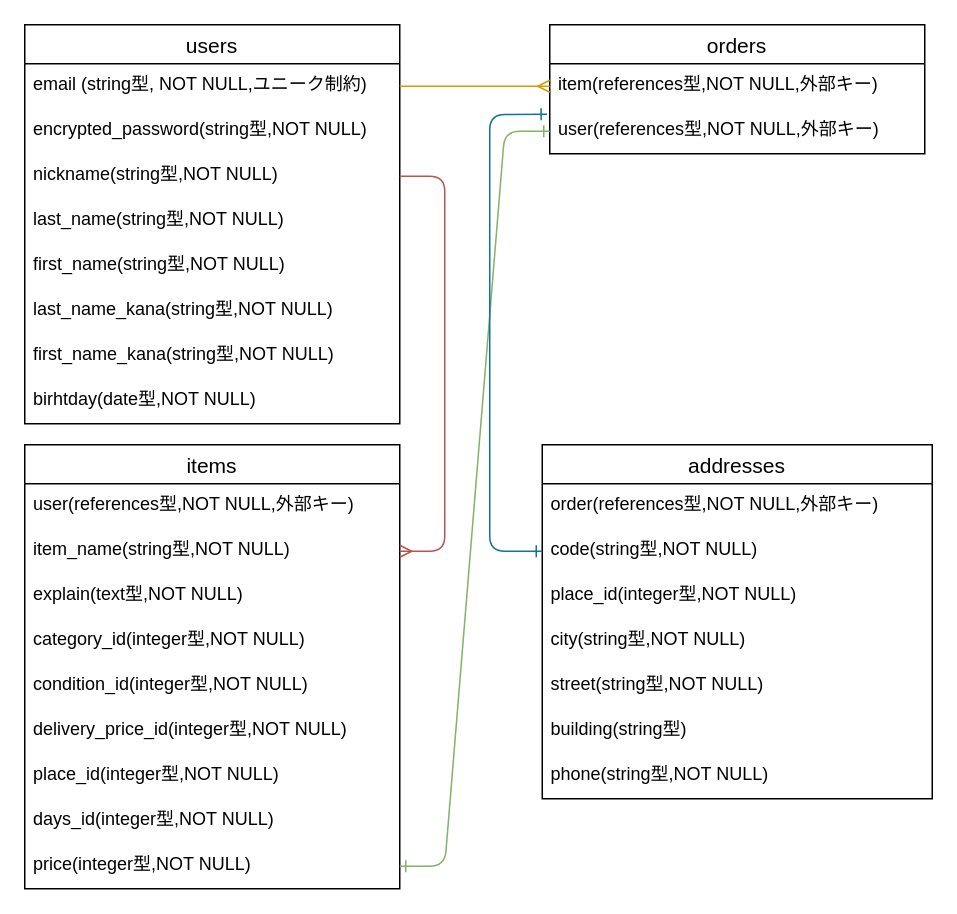
Earlier version of the draw.io diagram furima.dio (ryusi11/furima-39611). Source tidied: cells renumbered, new cells numbered last; positions are measured from the earlier drawing's top-left corner, leaving out a move shared by most shapes. Both pictures are drawn from the tidied source at 150%, with x=0, y=0 at pixel (24, 24).
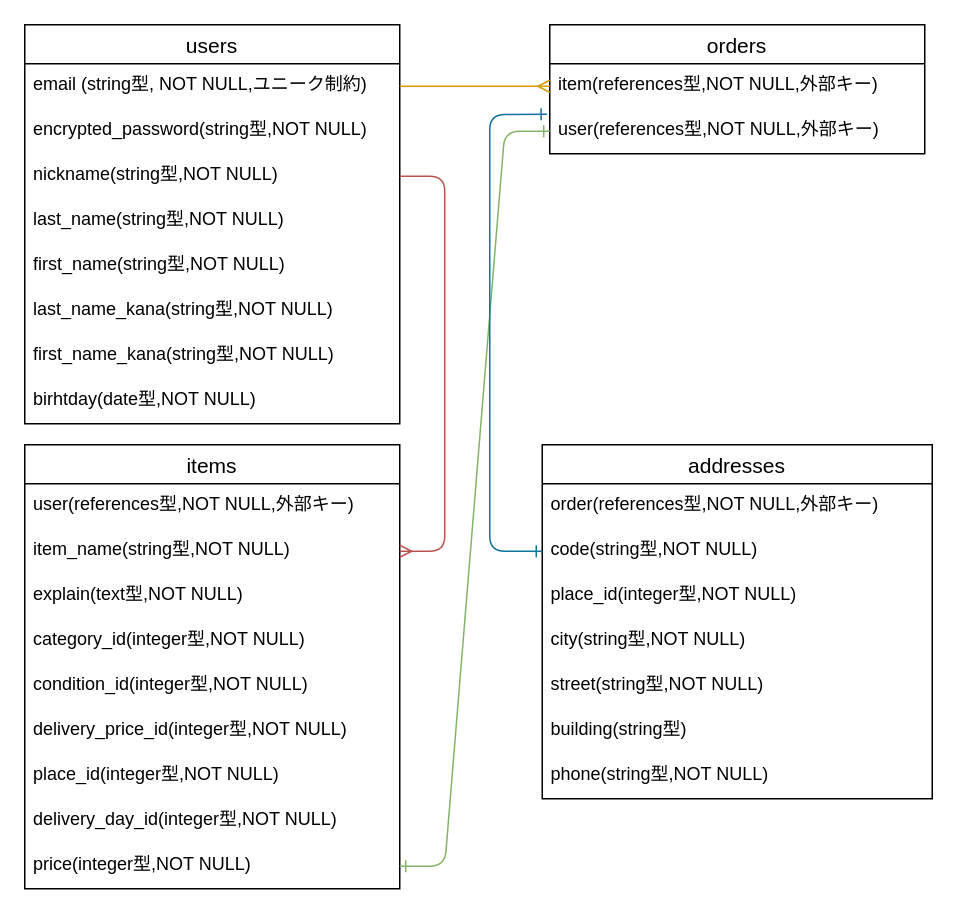
The same page after the edit.

Commit message (it also covers changes not shown here):
データーベース設計e

The change refers to these unchanged cells:
```xml
<mxCell id="2" value="items" style="swimlane;fontStyle=0;horizontal=1;startSize=26;align=center;fontSize=14;" parent="1" vertex="1">
  <mxGeometry y="280" width="250" height="296" as="geometry" />
</mxCell>
```

The edit, as a diff of the source:
```diff
@@
-    <mxCell id="10" value="days_id(integer型,NOT NULL)" style="text;strokeColor=none;fillColor=none;spacingLeft=4;spacingRight=4;overflow=hidden;fontSize=12;" parent="2" vertex="1">
+    <mxCell id="10" value="delivery_day_id(integer型,NOT NULL)" style="text;strokeColor=none;fillColor=none;spacingLeft=4;spacingRight=4;overflow=hidden;fontSize=12;" parent="2" vertex="1">
       <mxGeometry y="236" width="250" height="30" as="geometry" />
     </mxCell>
```
